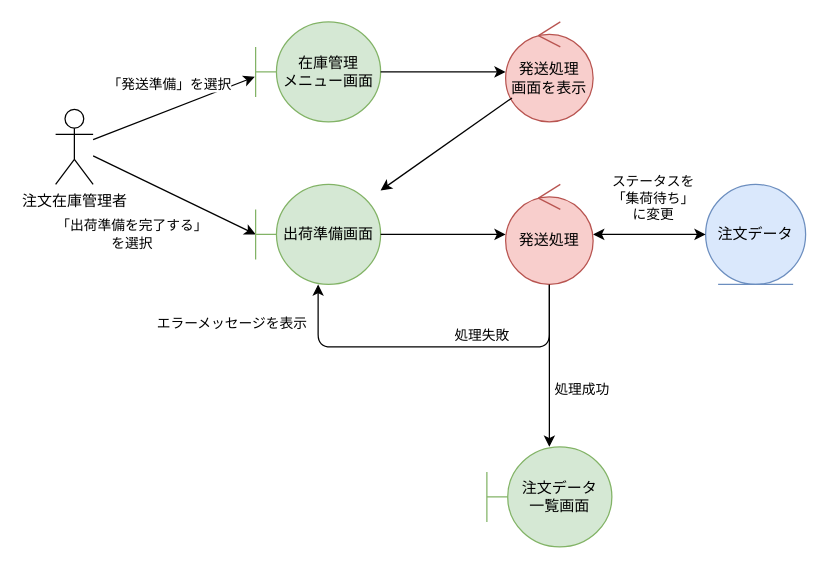
Earlier version of the draw.io diagram BB/analysis_sending.drawio (FujikawaHirono0520/group3_1_dogdog). Source tidied: cells renumbered, new cells numbered last; positions are measured from the earlier drawing's top-left corner, leaving out a move shared by most shapes. Both pictures are drawn from the tidied source at 125%, with x=0, y=0 at pixel (55, 21).
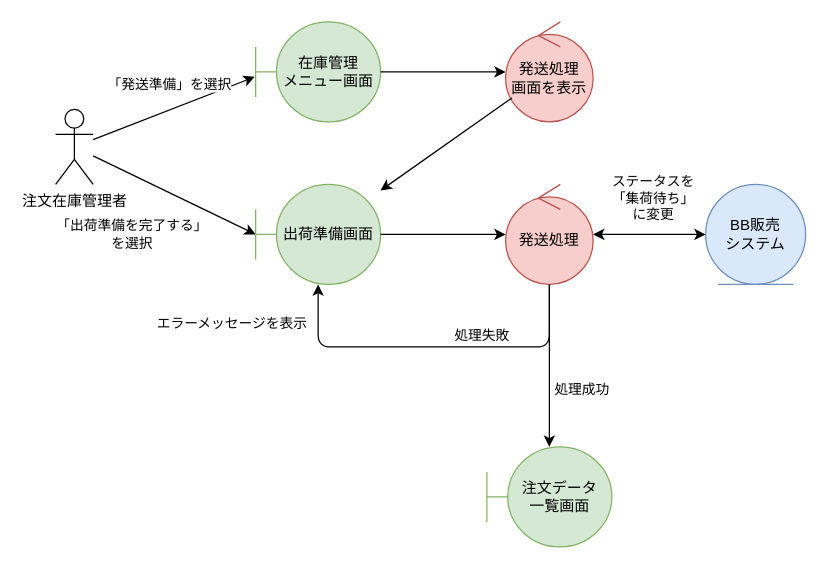
The same page after the edit.

What changed in the source:
```diff
@@
-    <mxCell id="16" value="注文データ" style="ellipse;shape=umlEntity;whiteSpace=wrap;html=1;fillColor=#dae8fc;strokeColor=#6c8ebf;" parent="1" vertex="1">
+    <mxCell id="16" value="BB販売&lt;div&gt;システム&lt;/div&gt;" style="ellipse;shape=umlEntity;whiteSpace=wrap;html=1;fillColor=#dae8fc;strokeColor=#6c8ebf;" parent="1" vertex="1">
       <mxGeometry x="520" y="130" width="80" height="80" as="geometry" />
     </mxCell>
```
